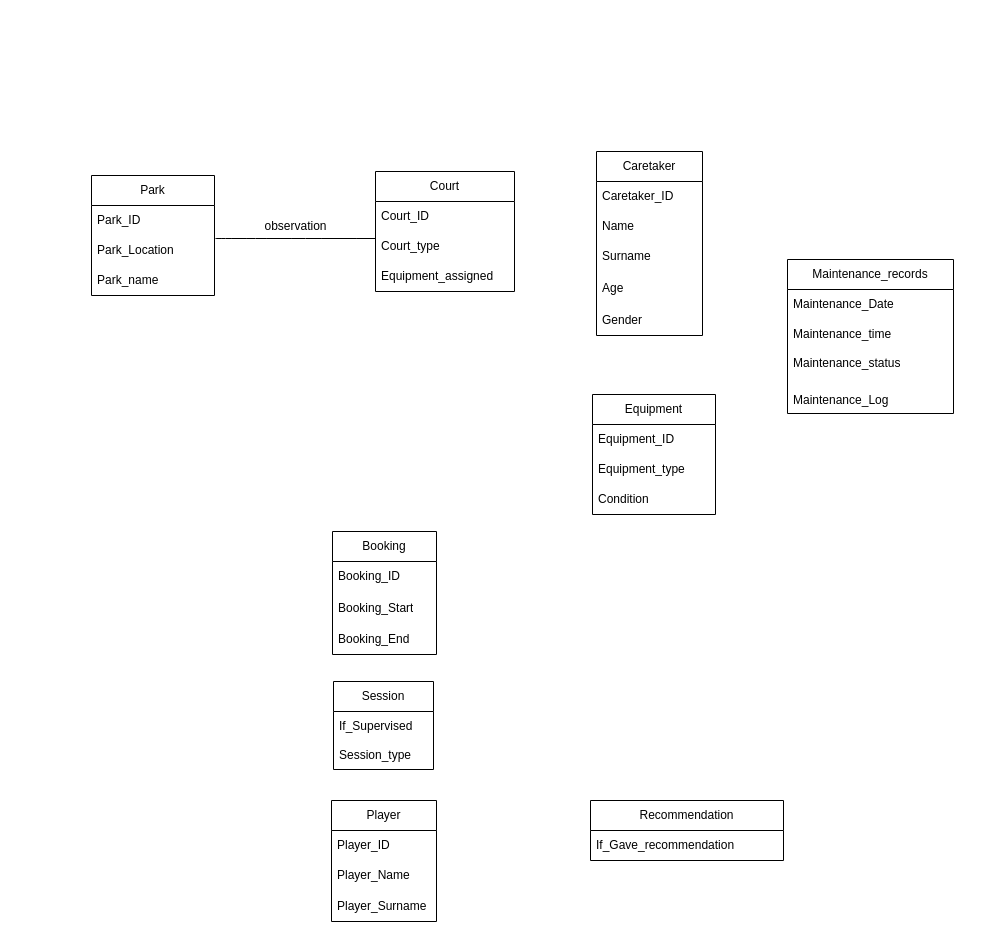
The draw.io diagram DB_cwk.drawio in frajdzia/DB_cwk, before the edit. Source tidied: cells renumbered, new cells numbered last; positions are measured from the earlier drawing's top-left corner, leaving out a move shared by most shapes. Both pictures are drawn from the tidied source at 100%, with x=0, y=0 at pixel (91, 151).
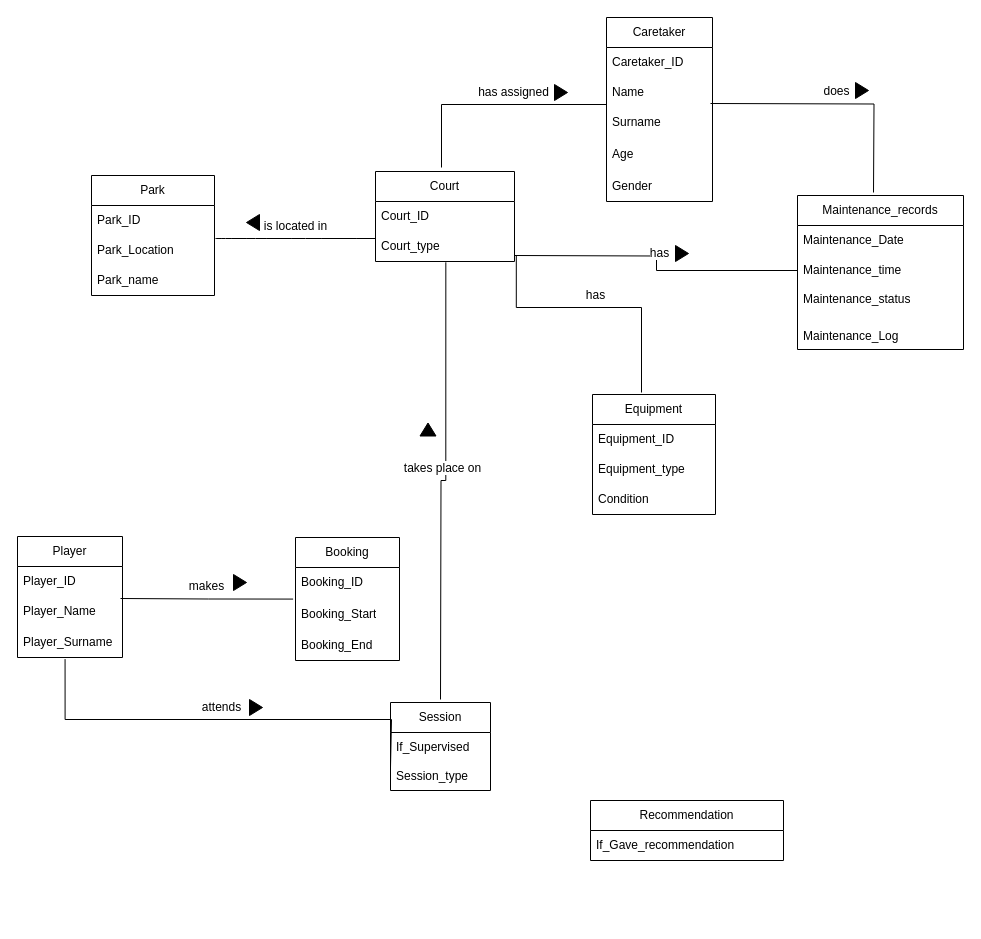
After the change.

Commit message:
EERD relationships update DB_cwk.drawio

The change refers to these unchanged cells:
```xml
<mxCell id="3" value="Caretaker_ID" style="text;strokeColor=none;fillColor=none;align=left;verticalAlign=middle;spacingLeft=4;spacingRight=4;overflow=hidden;points=[[0,0.5],[1,0.5]];portConstraint=eastwest;whiteSpace=wrap;html=1;" parent="2" vertex="1">
  <mxGeometry y="30" width="106" height="30" as="geometry" />
</mxCell>
<mxCell id="10" value="Court_type" style="text;strokeColor=none;fillColor=none;align=left;verticalAlign=middle;spacingLeft=4;spacingRight=4;overflow=hidden;points=[[0,0.5],[1,0.5]];portConstraint=eastwest;whiteSpace=wrap;html=1;" parent="8" vertex="1">
  <mxGeometry y="60" width="139" height="30" as="geometry" />
</mxCell>
<mxCell id="22" value="Player_Surname" style="text;strokeColor=none;fillColor=none;align=left;verticalAlign=middle;spacingLeft=4;spacingRight=4;overflow=hidden;points=[[0,0.5],[1,0.5]];portConstraint=eastwest;whiteSpace=wrap;html=1;" parent="19" vertex="1">
  <mxGeometry y="90" width="105" height="31" as="geometry" />
</mxCell>
<mxCell id="27" value="Booking_Start" style="text;strokeColor=none;fillColor=none;align=left;verticalAlign=middle;spacingLeft=4;spacingRight=4;overflow=hidden;points=[[0,0.5],[1,0.5]];portConstraint=eastwest;whiteSpace=wrap;html=1;" parent="25" vertex="1">
  <mxGeometry y="60" width="104" height="33" as="geometry" />
</mxCell>
<mxCell id="31" value="Maintenance_time" style="text;strokeColor=none;fillColor=none;align=left;verticalAlign=middle;spacingLeft=4;spacingRight=4;overflow=hidden;points=[[0,0.5],[1,0.5]];portConstraint=eastwest;whiteSpace=wrap;html=1;" parent="29" vertex="1">
  <mxGeometry y="60" width="166" height="30" as="geometry" />
</mxCell>
```

What changed in the source:
```diff
@@
     <mxCell id="2" value="Caretaker" style="swimlane;fontStyle=0;horizontal=1;startSize=30;whiteSpace=wrap;html=1;" parent="1" vertex="1">
-      <mxGeometry x="505" width="106" height="184" as="geometry" />
+      <mxGeometry x="515" y="-134" width="106" height="184" as="geometry" />
     </mxCell>
@@
     <mxCell id="8" value="Court" style="swimlane;fontStyle=0;horizontal=1;startSize=30;whiteSpace=wrap;html=1;" parent="1" vertex="1">
-      <mxGeometry x="284" y="20" width="139" height="120" as="geometry" />
+      <mxGeometry x="284" y="20" width="139" height="90" as="geometry" />
     </mxCell>
@@
-    <mxCell id="11" value="Equipment_assigned" style="text;strokeColor=none;fillColor=none;align=left;verticalAlign=middle;spacingLeft=4;spacingRight=4;overflow=hidden;whiteSpace=wrap;html=1;" parent="8" vertex="1">
-      <mxGeometry y="90" width="139" height="30" as="geometry" />
-    </mxCell>
@@
     <mxCell id="16" value="Session" style="swimlane;fontStyle=0;horizontal=1;startSize=30;whiteSpace=wrap;html=1;" parent="1" vertex="1">
-      <mxGeometry x="242" y="530" width="100" height="88" as="geometry" />
+      <mxGeometry x="299" y="551" width="100" height="88" as="geometry" />
     </mxCell>
@@
     <mxCell id="19" value="Player" style="swimlane;fontStyle=0;horizontal=1;startSize=30;whiteSpace=wrap;html=1;" parent="1" vertex="1">
-      <mxGeometry x="240" y="649" width="105" height="121" as="geometry" />
+      <mxGeometry x="-74" y="385" width="105" height="121" as="geometry" />
     </mxCell>
@@
     <mxCell id="25" value="Booking" style="swimlane;fontStyle=0;horizontal=1;startSize=30;whiteSpace=wrap;html=1;" parent="1" vertex="1">
-      <mxGeometry x="241" y="380" width="104" height="123" as="geometry" />
+      <mxGeometry x="204" y="386" width="104" height="123" as="geometry" />
     </mxCell>
@@
     <mxCell id="29" value="Maintenance_records" style="swimlane;fontStyle=0;horizontal=1;startSize=30;whiteSpace=wrap;html=1;" parent="1" vertex="1">
-      <mxGeometry x="696" y="108" width="166" height="154" as="geometry" />
+      <mxGeometry x="706" y="44" width="166" height="154" as="geometry" />
     </mxCell>
@@
-    <mxCell id="38" value="observation" style="endArrow=none;html=1;endSize=12;startArrow=none;startSize=14;startFill=0;edgeStyle=orthogonalEdgeStyle;align=center;verticalAlign=bottom;endFill=0;rounded=0;fontSize=12;curved=1;" parent="1" edge="1">
+    <mxCell id="38" value="is located in" style="endArrow=none;html=1;endSize=12;startArrow=none;startSize=14;startFill=0;edgeStyle=orthogonalEdgeStyle;align=center;verticalAlign=bottom;endFill=0;rounded=0;fontSize=12;curved=1;" parent="1" edge="1">
       <mxGeometry y="3" relative="1" as="geometry">
         <mxPoint x="124" y="87" as="sourcePoint" />
         <mxPoint x="284" y="87" as="targetPoint" />
       </mxGeometry>
     </mxCell>
+    <mxCell id="39" value="makes" style="endArrow=none;html=1;endSize=12;startArrow=none;startSize=14;startFill=0;edgeStyle=orthogonalEdgeStyle;align=center;verticalAlign=bottom;endFill=0;rounded=0;fontSize=12;exitX=1.005;exitY=0.12;exitDx=0;exitDy=0;exitPerimeter=0;entryX=-0.023;entryY=0.048;entryDx=0;entryDy=0;entryPerimeter=0;" parent="1" edge="1" target="27">
+      <mxGeometry y="3" relative="1" as="geometry">
+        <mxPoint x="29" y="447" as="sourcePoint" />
+      </mxGeometry>
+    </mxCell>
+    <mxCell id="40" style="triangle;whiteSpace=wrap;html=1;fillColor=#000000;" parent="1" vertex="1">
+      <mxGeometry x="142" y="423" width="13" height="16" as="geometry" />
+    </mxCell>
+    <mxCell id="41" value="attends" style="endArrow=none;html=1;endSize=12;startArrow=none;startSize=14;startFill=0;edgeStyle=orthogonalEdgeStyle;align=center;verticalAlign=bottom;endFill=0;rounded=0;fontSize=12;exitX=0.453;exitY=1.052;exitDx=0;exitDy=0;exitPerimeter=0;" parent="1" edge="1" source="22">
+      <mxGeometry y="3" relative="1" as="geometry">
+        <mxPoint x="299" y="616" as="targetPoint" />
+        <Array as="points">
+          <mxPoint x="-26" y="568" />
+          <mxPoint x="300" y="568" />
+        </Array>
+      </mxGeometry>
+    </mxCell>
+    <mxCell id="42" style="triangle;whiteSpace=wrap;html=1;fillColor=#000000;" parent="1" vertex="1">
+      <mxGeometry x="158" y="548" width="13" height="16" as="geometry" />
+    </mxCell>
+    <mxCell id="43" style="triangle;whiteSpace=wrap;html=1;fillColor=#000000;rotation=-180;" parent="1" vertex="1">
+      <mxGeometry x="155" y="63" width="13" height="16" as="geometry" />
+    </mxCell>
+    <mxCell id="44" value="takes place on" style="endArrow=none;html=1;endSize=12;startArrow=none;startSize=14;startFill=0;edgeStyle=orthogonalEdgeStyle;align=center;verticalAlign=bottom;endFill=0;rounded=0;fontSize=12;entryX=0.506;entryY=1.027;entryDx=0;entryDy=0;entryPerimeter=0;" parent="1" edge="1" target="10">
+      <mxGeometry y="3" relative="1" as="geometry">
+        <mxPoint x="349" y="548" as="sourcePoint" />
+      </mxGeometry>
+    </mxCell>
+    <mxCell id="45" value="has assigned" style="endArrow=none;html=1;endSize=12;startArrow=none;startSize=14;startFill=0;edgeStyle=orthogonalEdgeStyle;align=center;verticalAlign=bottom;endFill=0;rounded=0;fontSize=12;entryX=0;entryY=0.5;entryDx=0;entryDy=0;" parent="1" edge="1" target="3">
+      <mxGeometry y="3" relative="1" as="geometry">
+        <mxPoint x="350" y="16" as="sourcePoint" />
+        <Array as="points">
+          <mxPoint x="350" y="-47" />
+          <mxPoint x="515" y="-47" />
+        </Array>
+      </mxGeometry>
+    </mxCell>
+    <mxCell id="46" style="triangle;whiteSpace=wrap;html=1;fillColor=#000000;" parent="1" vertex="1">
+      <mxGeometry x="463" y="-67" width="13" height="16" as="geometry" />
+    </mxCell>
+    <mxCell id="47" value="does" style="endArrow=none;html=1;endSize=12;startArrow=none;startSize=14;startFill=0;edgeStyle=orthogonalEdgeStyle;align=center;verticalAlign=bottom;endFill=0;rounded=0;fontSize=12;exitX=1.005;exitY=0.12;exitDx=0;exitDy=0;exitPerimeter=0;" parent="1" edge="1">
+      <mxGeometry y="3" relative="1" as="geometry">
+        <mxPoint x="619" y="-48" as="sourcePoint" />
+        <mxPoint x="782" y="41" as="targetPoint" />
+      </mxGeometry>
+    </mxCell>
+    <mxCell id="48" value="has" style="endArrow=none;html=1;endSize=12;startArrow=none;startSize=14;startFill=0;edgeStyle=orthogonalEdgeStyle;align=center;verticalAlign=bottom;endFill=0;rounded=0;fontSize=12;exitX=1.013;exitY=0.813;exitDx=0;exitDy=0;exitPerimeter=0;" parent="1" edge="1" source="10">
+      <mxGeometry y="3" relative="1" as="geometry">
+        <mxPoint x="550" y="241" as="targetPoint" />
+        <Array as="points">
+          <mxPoint x="425" y="156" />
+          <mxPoint x="550" y="156" />
+        </Array>
+      </mxGeometry>
+    </mxCell>
+    <mxCell id="49" style="triangle;whiteSpace=wrap;html=1;fillColor=#000000;rotation=-90;" parent="1" vertex="1">
+      <mxGeometry x="330" y="270" width="13" height="16" as="geometry" />
+    </mxCell>
+    <mxCell id="50" value="has" style="endArrow=none;html=1;endSize=12;startArrow=none;startSize=14;startFill=0;edgeStyle=orthogonalEdgeStyle;align=center;verticalAlign=bottom;endFill=0;rounded=0;fontSize=12;exitX=1.005;exitY=0.12;exitDx=0;exitDy=0;exitPerimeter=0;entryX=0;entryY=0.5;entryDx=0;entryDy=0;" parent="1" edge="1" target="31">
+      <mxGeometry y="3" relative="1" as="geometry">
+        <mxPoint x="423" y="104" as="sourcePoint" />
+      </mxGeometry>
+    </mxCell>
+    <mxCell id="51" style="triangle;whiteSpace=wrap;html=1;fillColor=#000000;" parent="1" vertex="1">
+      <mxGeometry x="584" y="94" width="13" height="16" as="geometry" />
+    </mxCell>
+    <mxCell id="52" style="triangle;whiteSpace=wrap;html=1;fillColor=#000000;" parent="1" vertex="1">
+      <mxGeometry x="764" y="-69" width="13" height="16" as="geometry" />
+    </mxCell>
```
